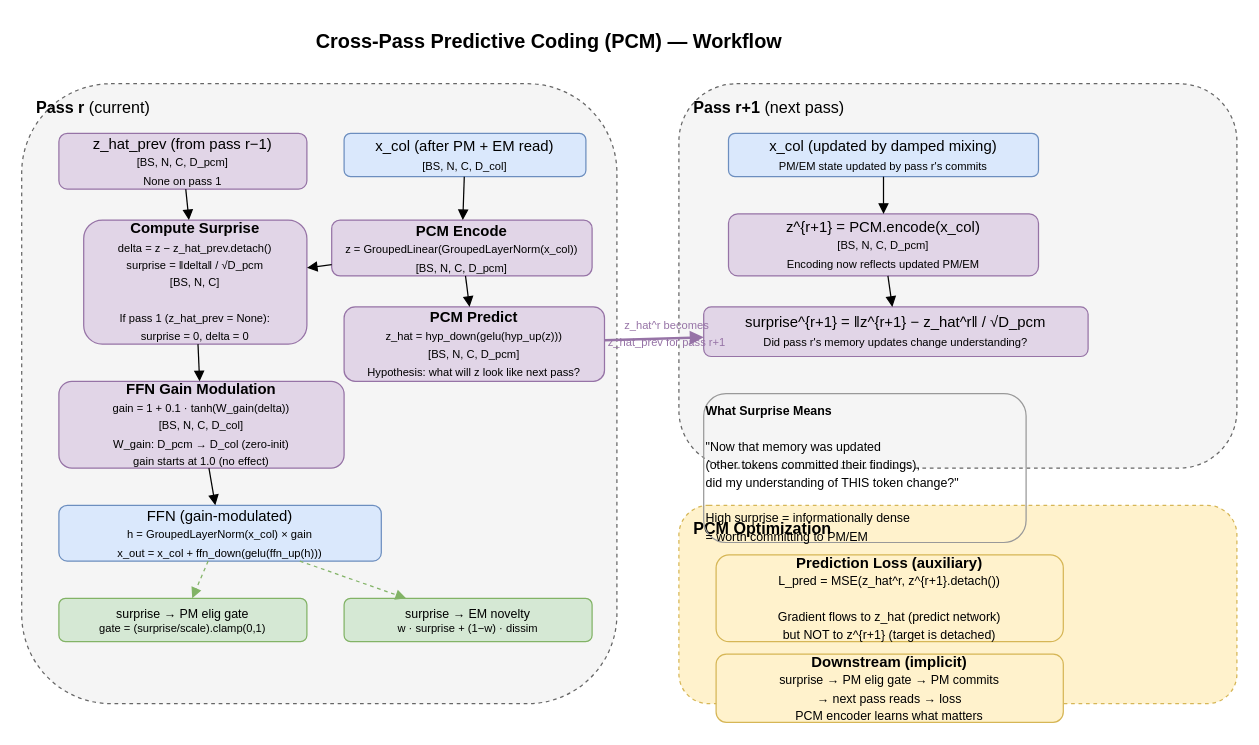
Earlier version of the draw.io diagram docs/diagrams/pcm_workflow.drawio (alxdofficial/neuromorphic). Source tidied: cells renumbered, new cells numbered last; positions are measured from the earlier drawing's top-left corner, leaving out a move shared by most shapes. Both pictures are drawn from the tidied source at 124%, with x=0, y=0 at pixel (21, 21).
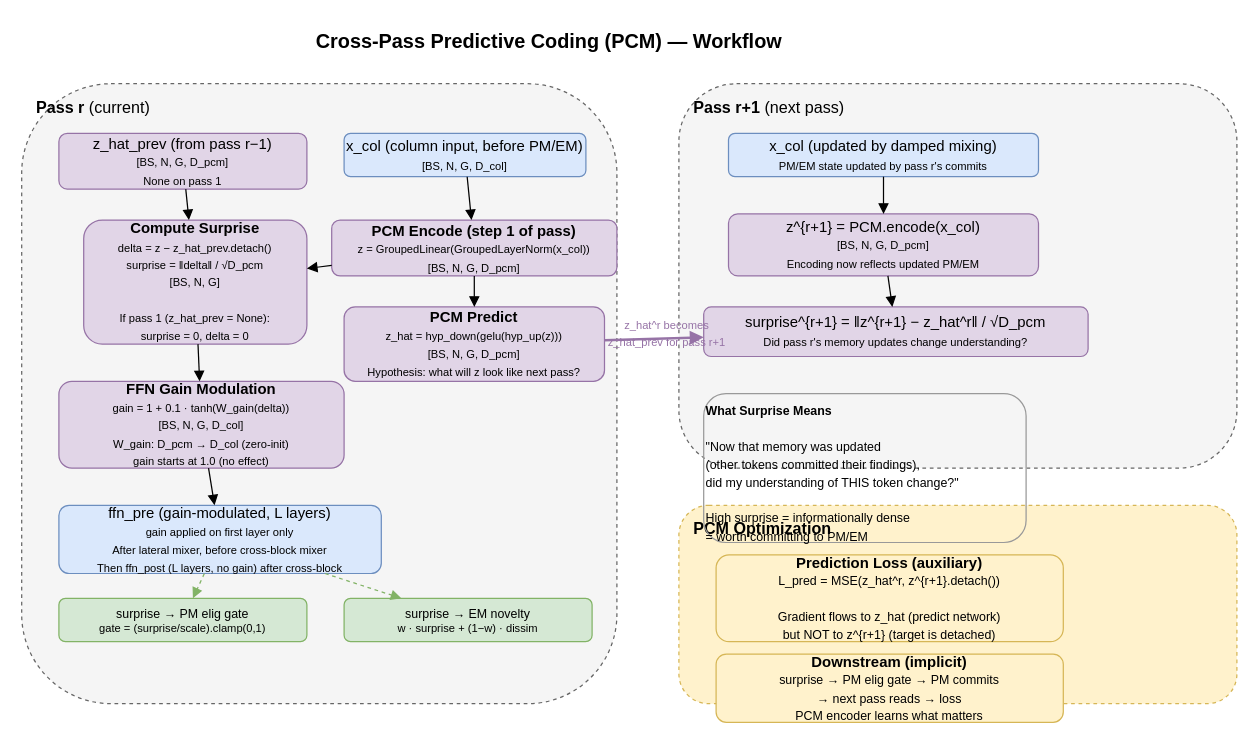
The same diagram, later.

Diff of the diagram source:
```diff
@@
-    <mxCell id="5" value="z_hat_prev (from pass r−1)&lt;br&gt;&lt;font style=&quot;font-size:9px&quot;&gt;[BS, N, C, D_pcm]&lt;br&gt;None on pass 1&lt;/font&gt;" style="rounded=1;whiteSpace=wrap;html=1;fillColor=#e1d5e7;strokeColor=#9673a6;" parent="1" vertex="1">
+    <mxCell id="5" value="z_hat_prev (from pass r−1)&lt;br&gt;&lt;font style=&quot;font-size:9px&quot;&gt;[BS, N, G, D_pcm]&lt;br&gt;None on pass 1&lt;/font&gt;" style="rounded=1;whiteSpace=wrap;html=1;fillColor=#e1d5e7;strokeColor=#9673a6;" parent="1" vertex="1">
       <mxGeometry x="30" y="90" width="200" height="45" as="geometry" />
     </mxCell>
-    <mxCell id="6" value="x_col (after PM + EM read)&lt;br&gt;&lt;font style=&quot;font-size:9px&quot;&gt;[BS, N, C, D_col]&lt;/font&gt;" style="rounded=1;whiteSpace=wrap;html=1;fillColor=#dae8fc;strokeColor=#6c8ebf;" parent="1" vertex="1">
+    <mxCell id="6" value="x_col (column input, before PM/EM)&lt;br&gt;&lt;font style=&quot;font-size:9px&quot;&gt;[BS, N, G, D_col]&lt;/font&gt;" style="rounded=1;whiteSpace=wrap;html=1;fillColor=#dae8fc;strokeColor=#6c8ebf;" parent="1" vertex="1">
       <mxGeometry x="260" y="90" width="195" height="35" as="geometry" />
     </mxCell>
-    <mxCell id="7" value="&lt;b&gt;PCM Encode&lt;/b&gt;&lt;br&gt;&lt;font style=&quot;font-size:9px&quot;&gt;z = GroupedLinear(GroupedLayerNorm(x_col))&lt;br&gt;[BS, N, C, D_pcm]&lt;/font&gt;" style="rounded=1;whiteSpace=wrap;html=1;fillColor=#e1d5e7;strokeColor=#9673a6;" parent="1" vertex="1">
-      <mxGeometry x="250" y="160" width="210" height="45" as="geometry" />
+    <mxCell id="7" value="&lt;b&gt;PCM Encode (step 1 of pass)&lt;/b&gt;&lt;br&gt;&lt;font style=&quot;font-size:9px&quot;&gt;z = GroupedLinear(GroupedLayerNorm(x_col))&lt;br&gt;[BS, N, G, D_pcm]&lt;/font&gt;" style="rounded=1;whiteSpace=wrap;html=1;fillColor=#e1d5e7;strokeColor=#9673a6;" parent="1" vertex="1">
+      <mxGeometry x="250" y="160" width="230" height="45" as="geometry" />
     </mxCell>
@@
-    <mxCell id="9" value="&lt;b&gt;Compute Surprise&lt;/b&gt;&lt;br&gt;&lt;font style=&quot;font-size:9px&quot;&gt;delta = z − z_hat_prev.detach()&lt;br&gt;surprise = ‖delta‖ / √D_pcm&lt;br&gt;[BS, N, C]&lt;br&gt;&lt;br&gt;If pass 1 (z_hat_prev = None):&lt;br&gt;surprise = 0, delta = 0&lt;/font&gt;" style="rounded=1;whiteSpace=wrap;html=1;fillColor=#e1d5e7;strokeColor=#9673a6;" parent="1" vertex="1">
+    <mxCell id="9" value="&lt;b&gt;Compute Surprise&lt;/b&gt;&lt;br&gt;&lt;font style=&quot;font-size:9px&quot;&gt;delta = z − z_hat_prev.detach()&lt;br&gt;surprise = ‖delta‖ / √D_pcm&lt;br&gt;[BS, N, G]&lt;br&gt;&lt;br&gt;If pass 1 (z_hat_prev = None):&lt;br&gt;surprise = 0, delta = 0&lt;/font&gt;" style="rounded=1;whiteSpace=wrap;html=1;fillColor=#e1d5e7;strokeColor=#9673a6;" parent="1" vertex="1">
       <mxGeometry x="50" y="160" width="180" height="100" as="geometry" />
     </mxCell>
@@
-    <mxCell id="12" value="&lt;b&gt;FFN Gain Modulation&lt;/b&gt;&lt;br&gt;&lt;font style=&quot;font-size:9px&quot;&gt;gain = 1 + 0.1 · tanh(W_gain(delta))&lt;br&gt;[BS, N, C, D_col]&lt;br&gt;W_gain: D_pcm → D_col (zero-init)&lt;br&gt;gain starts at 1.0 (no effect)&lt;/font&gt;" style="rounded=1;whiteSpace=wrap;html=1;fillColor=#e1d5e7;strokeColor=#9673a6;" parent="1" vertex="1">
+    <mxCell id="12" value="&lt;b&gt;FFN Gain Modulation&lt;/b&gt;&lt;br&gt;&lt;font style=&quot;font-size:9px&quot;&gt;gain = 1 + 0.1 · tanh(W_gain(delta))&lt;br&gt;[BS, N, G, D_col]&lt;br&gt;W_gain: D_pcm → D_col (zero-init)&lt;br&gt;gain starts at 1.0 (no effect)&lt;/font&gt;" style="rounded=1;whiteSpace=wrap;html=1;fillColor=#e1d5e7;strokeColor=#9673a6;" parent="1" vertex="1">
       <mxGeometry x="30" y="290" width="230" height="70" as="geometry" />
     </mxCell>
@@
-    <mxCell id="14" value="FFN (gain-modulated)&lt;br&gt;&lt;font style=&quot;font-size:9px&quot;&gt;h = GroupedLayerNorm(x_col) × gain&lt;br&gt;x_out = x_col + ffn_down(gelu(ffn_up(h)))&lt;/font&gt;" style="rounded=1;whiteSpace=wrap;html=1;fillColor=#dae8fc;strokeColor=#6c8ebf;" parent="1" vertex="1">
-      <mxGeometry x="30" y="390" width="260" height="45" as="geometry" />
+    <mxCell id="14" value="ffn_pre (gain-modulated, L layers)&lt;br&gt;&lt;font style=&quot;font-size:9px&quot;&gt;gain applied on first layer only&lt;br&gt;After lateral mixer, before cross-block mixer&lt;br&gt;Then ffn_post (L layers, no gain) after cross-block&lt;/font&gt;" style="rounded=1;whiteSpace=wrap;html=1;fillColor=#dae8fc;strokeColor=#6c8ebf;" parent="1" vertex="1">
+      <mxGeometry x="30" y="390" width="260" height="55" as="geometry" />
     </mxCell>
@@
-    <mxCell id="16" value="&lt;b&gt;PCM Predict&lt;/b&gt;&lt;br&gt;&lt;font style=&quot;font-size:9px&quot;&gt;z_hat = hyp_down(gelu(hyp_up(z)))&lt;br&gt;[BS, N, C, D_pcm]&lt;br&gt;Hypothesis: what will z look like next pass?&lt;/font&gt;" style="rounded=1;whiteSpace=wrap;html=1;fillColor=#e1d5e7;strokeColor=#9673a6;" parent="1" vertex="1">
+    <mxCell id="16" value="&lt;b&gt;PCM Predict&lt;/b&gt;&lt;br&gt;&lt;font style=&quot;font-size:9px&quot;&gt;z_hat = hyp_down(gelu(hyp_up(z)))&lt;br&gt;[BS, N, G, D_pcm]&lt;br&gt;Hypothesis: what will z look like next pass?&lt;/font&gt;" style="rounded=1;whiteSpace=wrap;html=1;fillColor=#e1d5e7;strokeColor=#9673a6;" parent="1" vertex="1">
       <mxGeometry x="260" y="230" width="210" height="60" as="geometry" />
     </mxCell>
@@
-    <mxCell id="25" value="z^{r+1} = PCM.encode(x_col)&lt;br&gt;&lt;font style=&quot;font-size:9px&quot;&gt;[BS, N, C, D_pcm]&lt;br&gt;Encoding now reflects updated PM/EM&lt;/font&gt;" style="rounded=1;whiteSpace=wrap;html=1;fillColor=#e1d5e7;strokeColor=#9673a6;" parent="1" vertex="1">
+    <mxCell id="25" value="z^{r+1} = PCM.encode(x_col)&lt;br&gt;&lt;font style=&quot;font-size:9px&quot;&gt;[BS, N, G, D_pcm]&lt;br&gt;Encoding now reflects updated PM/EM&lt;/font&gt;" style="rounded=1;whiteSpace=wrap;html=1;fillColor=#e1d5e7;strokeColor=#9673a6;" parent="1" vertex="1">
       <mxGeometry x="570" y="155" width="250" height="50" as="geometry" />
     </mxCell>
```
